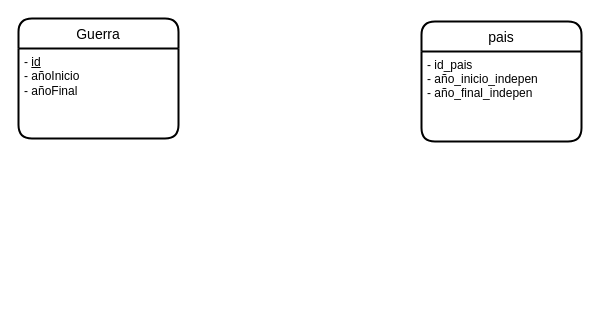
Before: ex4.drawio in JuanMarinG/TA12_MYSQL, a draw.io diagram. Source tidied: cells renumbered, new cells numbered last; positions are measured from the earlier drawing's top-left corner, leaving out a move shared by most shapes. Both pictures are drawn from the tidied source at 100%, with x=0, y=0 at pixel (18, 18).
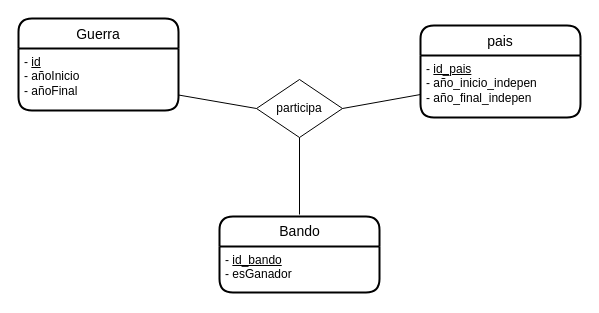
Above is the later version.

Commit message:
relacion ternaria

The edit, as a diff of the source:
```diff
@@
 <mxGraphModel>
   <root>
     <mxCell id="0" />
     <mxCell id="1" parent="0" />
     <mxCell id="2" value="Guerra" style="swimlane;horizontal=1;startSize=30;rounded=1;fontSize=14;fontStyle=0;strokeWidth=2;shadow=0;dashed=0;align=center;" parent="1" vertex="1">
-      <mxGeometry width="160" height="120" as="geometry" />
+      <mxGeometry width="160" height="92" as="geometry" />
     </mxCell>
     <mxCell id="3" value="- &lt;u&gt;id&lt;/u&gt;&lt;br&gt;- añoInicio&lt;br&gt;- añoFinal" style="align=left;strokeColor=none;fillColor=none;spacingLeft=4;fontSize=12;verticalAlign=top;html=1;" parent="2" vertex="1">
-      <mxGeometry y="30" width="160" height="90" as="geometry" />
+      <mxGeometry y="30" width="160" height="62" as="geometry" />
     </mxCell>
     <mxCell id="4" value="pais" style="swimlane;horizontal=1;startSize=30;rounded=1;fontSize=14;fontStyle=0;strokeWidth=2;shadow=0;dashed=0;align=center;" parent="1" vertex="1">
-      <mxGeometry x="403" y="3" width="160" height="120" as="geometry" />
+      <mxGeometry x="402" y="7" width="160" height="92" as="geometry" />
     </mxCell>
-    <mxCell id="5" value="- id_pais&#10;- año_inicio_indepen&#10;- año_final_indepen&#10;" style="align=left;strokeColor=none;fillColor=none;spacingLeft=4;fontSize=12;verticalAlign=top;" parent="4" vertex="1">
-      <mxGeometry y="30" width="160" height="90" as="geometry" />
+    <mxCell id="5" value="- &lt;u&gt;id_pais&lt;/u&gt;&lt;br&gt;- año_inicio_indepen&lt;br&gt;- año_final_indepen" style="align=left;strokeColor=none;fillColor=none;spacingLeft=4;fontSize=12;verticalAlign=top;fontStyle=0;html=1;" parent="4" vertex="1">
+      <mxGeometry y="30" width="160" height="62" as="geometry" />
     </mxCell>
+    <mxCell id="6" value="participa" style="rhombus;whiteSpace=wrap;html=1;fontSize=12;" parent="1" vertex="1">
+      <mxGeometry x="238" y="61" width="86" height="58" as="geometry" />
+    </mxCell>
+    <mxCell id="7" value="Bando" style="swimlane;horizontal=1;startSize=30;rounded=1;fontSize=14;fontStyle=0;strokeWidth=2;shadow=0;dashed=0;align=center;html=1;" parent="1" vertex="1">
+      <mxGeometry x="201" y="198" width="160" height="76" as="geometry" />
+    </mxCell>
+    <mxCell id="8" value="&lt;div&gt;- &lt;u&gt;id_bando&lt;/u&gt;&lt;br&gt;&lt;/div&gt;&lt;div&gt;- esGanador&lt;/div&gt;&lt;div&gt;&lt;br&gt;&lt;/div&gt;" style="align=left;strokeColor=none;fillColor=none;spacingLeft=4;fontSize=12;verticalAlign=top;html=1;" parent="7" vertex="1">
+      <mxGeometry y="30" width="160" height="46" as="geometry" />
+    </mxCell>
+    <mxCell id="9" style="endArrow=none;html=1;rounded=0;fontSize=12;exitX=1;exitY=0.75;exitDx=0;exitDy=0;entryX=0;entryY=0.5;entryDx=0;entryDy=0;" parent="1" edge="1" source="3" target="6">
+      <mxGeometry relative="1" as="geometry" />
+    </mxCell>
+    <mxCell id="10" style="endArrow=none;html=1;rounded=0;fontSize=12;entryX=0;entryY=0.75;entryDx=0;entryDy=0;exitX=1;exitY=0.5;exitDx=0;exitDy=0;" parent="1" edge="1" source="6" target="4">
+      <mxGeometry relative="1" as="geometry" />
+    </mxCell>
+    <mxCell id="11" style="endArrow=none;html=1;rounded=0;fontSize=12;exitX=0.5;exitY=1;exitDx=0;exitDy=0;" parent="1" edge="1" source="6">
+      <mxGeometry relative="1" as="geometry">
+        <mxPoint x="281" y="196" as="targetPoint" />
+      </mxGeometry>
+    </mxCell>
   </root>
 </mxGraphModel>
```
